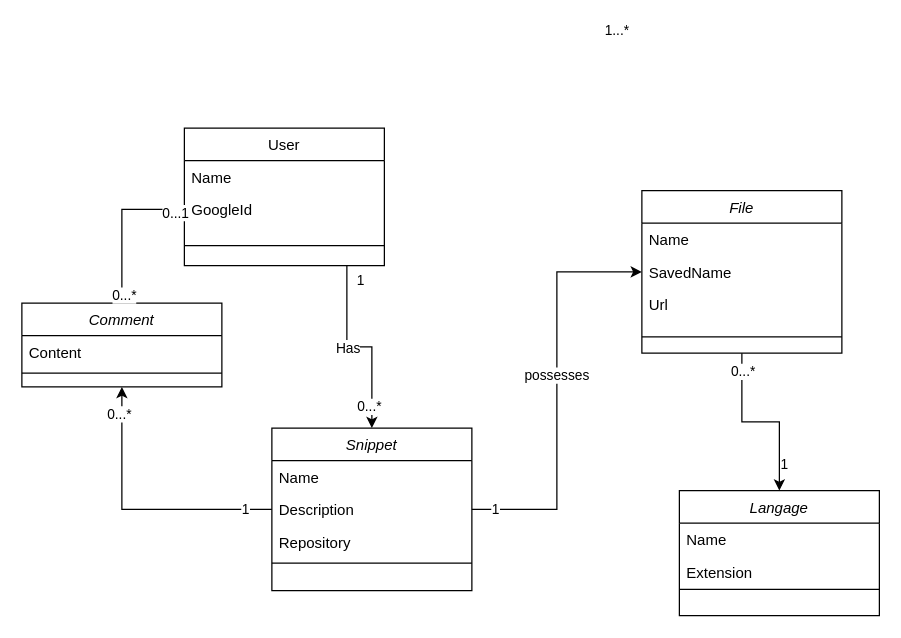
Before: github-like.drawio in Diuxx/github-like, a draw.io diagram. Source tidied: cells renumbered, new cells numbered last; positions are measured from the earlier drawing's top-left corner, leaving out a move shared by most shapes. Both pictures are drawn from the tidied source at 125%, with x=0, y=0 at pixel (21, 128).
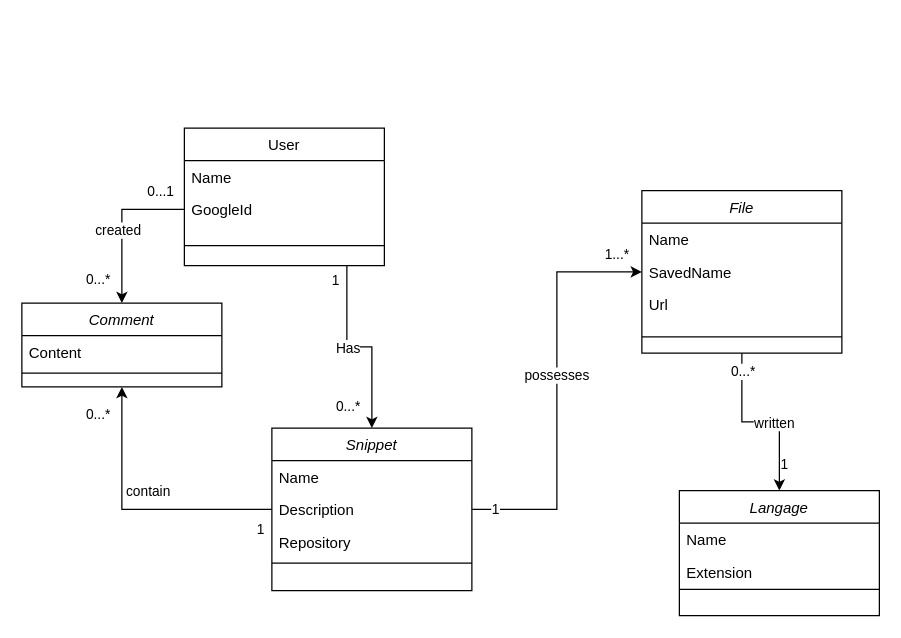
After the change.

Unchanged cells that the change refers to:
```xml
<mxCell id="7" style="edgeStyle=orthogonalEdgeStyle;rounded=0;jettySize=auto;html=1;entryX=0.5;entryY=0;entryDx=0;entryDy=0;" parent="1" edge="1" source="11" target="2">
  <mxGeometry relative="1" as="geometry">
    <Array as="points">
      <mxPoint x="260" y="175" />
      <mxPoint x="280" y="175" />
    </Array>
  </mxGeometry>
</mxCell>
<mxCell id="15" style="edgeStyle=orthogonalEdgeStyle;rounded=0;jettySize=auto;html=1;entryX=0.5;entryY=0;entryDx=0;entryDy=0;" parent="1" edge="1" source="18" target="23">
  <mxGeometry relative="1" as="geometry" />
</mxCell>
<mxCell id="27" style="edgeStyle=orthogonalEdgeStyle;rounded=0;jettySize=auto;html=1;entryX=0;entryY=0.5;entryDx=0;entryDy=0;" parent="1" edge="1" source="4" target="20">
  <mxGeometry relative="1" as="geometry" />
</mxCell>
<mxCell id="34" style="edgeStyle=orthogonalEdgeStyle;rounded=0;jettySize=auto;html=1;entryX=0.5;entryY=0;entryDx=0;entryDy=0;" parent="1" edge="1" source="13" target="31">
  <mxGeometry relative="1" as="geometry" />
</mxCell>
<mxCell id="37" style="edgeStyle=orthogonalEdgeStyle;rounded=0;jettySize=auto;html=1;entryX=0.5;entryY=1;entryDx=0;entryDy=0;" parent="1" edge="1" source="4" target="31">
  <mxGeometry relative="1" as="geometry" />
</mxCell>
```

The edit, as a diff of the source:
```diff
@@
     <mxCell id="9" value="0...*" style="edgeLabel;html=1;align=center;verticalAlign=middle;" parent="7" vertex="1">
-      <mxGeometry x="0.76" y="-3" relative="1" as="geometry" />
+      <mxGeometry x="0.76" y="-3" relative="1" as="geometry">
+        <mxPoint x="-17" as="offset" />
+      </mxGeometry>
     </mxCell>
     <mxCell id="10" value="1" style="edgeLabel;html=1;align=center;verticalAlign=middle;" parent="7" vertex="1">
       <mxGeometry x="-0.86" y="-2" relative="1" as="geometry">
-        <mxPoint x="12" as="offset" />
+        <mxPoint x="-8" as="offset" />
       </mxGeometry>
     </mxCell>
@@
+    <mxCell id="40" value="written" style="edgeLabel;html=1;align=center;verticalAlign=middle;" parent="15" vertex="1">
+      <mxGeometry x="0.14" relative="1" as="geometry" />
+    </mxCell>
@@
     <mxCell id="28" value="1...*" style="edgeLabel;html=1;align=center;verticalAlign=middle;" parent="27" vertex="1">
       <mxGeometry x="0.71" y="4" relative="1" as="geometry">
-        <mxPoint x="26" y="-190" as="offset" />
+        <mxPoint x="26" y="-11" as="offset" />
       </mxGeometry>
     </mxCell>
@@
     <mxCell id="35" value="0...*" style="edgeLabel;html=1;align=center;verticalAlign=middle;" parent="34" vertex="1">
-      <mxGeometry x="0.89" y="1" relative="1" as="geometry" />
+      <mxGeometry x="0.89" y="1" relative="1" as="geometry">
+        <mxPoint x="-21" y="-13" as="offset" />
+      </mxGeometry>
     </mxCell>
     <mxCell id="36" value="0...1" style="edgeLabel;html=1;align=center;verticalAlign=middle;" parent="34" vertex="1">
-      <mxGeometry x="-0.87" y="2" relative="1" as="geometry" />
+      <mxGeometry x="-0.87" y="2" relative="1" as="geometry">
+        <mxPoint x="-12" y="-17" as="offset" />
+      </mxGeometry>
     </mxCell>
+    <mxCell id="41" value="created" style="edgeLabel;html=1;align=center;verticalAlign=middle;" parent="34" vertex="1">
+      <mxGeometry x="0.06" y="-4" relative="1" as="geometry" />
+    </mxCell>
@@
     <mxCell id="38" value="0...*" style="edgeLabel;html=1;align=center;verticalAlign=middle;" parent="37" vertex="1">
-      <mxGeometry x="0.81" y="3" relative="1" as="geometry" />
+      <mxGeometry x="0.81" y="3" relative="1" as="geometry">
+        <mxPoint x="-17" as="offset" />
+      </mxGeometry>
     </mxCell>
     <mxCell id="39" value="1" style="edgeLabel;html=1;align=center;verticalAlign=middle;" parent="37" vertex="1">
-      <mxGeometry x="-0.8" y="-1" relative="1" as="geometry" />
+      <mxGeometry x="-0.8" y="-1" relative="1" as="geometry">
+        <mxPoint x="12" y="16" as="offset" />
+      </mxGeometry>
     </mxCell>
+    <mxCell id="42" value="contain" style="edgeLabel;html=1;align=center;verticalAlign=middle;" parent="37" vertex="1">
+      <mxGeometry x="-0.03" relative="1" as="geometry">
+        <mxPoint x="6" y="-15" as="offset" />
+      </mxGeometry>
+    </mxCell>
```
